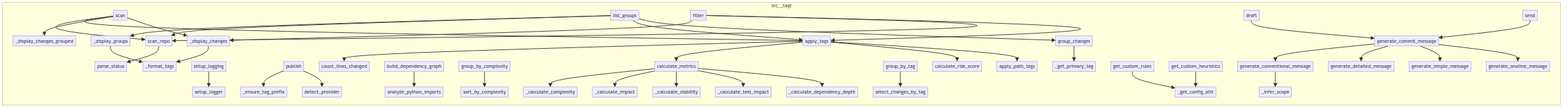
Before: project/calls.png, a diagram exported from Mermaid (semcod/tagi). Its source is kept beside it as project/calls.mmd.
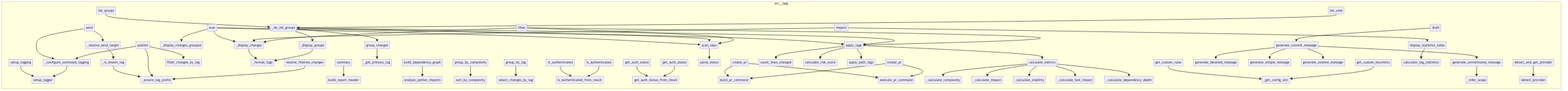
After the commit.

Change to the diagram source:
```diff
@@ -1,72 +1,113 @@
 flowchart LR
     subgraph src__tagi
+        src__tagi__cli__send["send"]
+        src__tagi__scanner__files__count_lines_changed["count_lines_changed"]
+        src__tagi__utils__inspect_helpers__calculate_tag_statistics["calculate_tag_statistics"]
+        src__tagi__composer__commit_message__generate_conventional_message["generate_conventional_message"]
+        src__tagi__composer__commit_message__generate_commit_message["generate_commit_message"]
+        src__tagi__composer__commit_message__generate_detailed_message["generate_detailed_message"]
+        src__tagi__cli___display_groups["_display_groups"]
+        src__tagi__cli__scan["scan"]
         src__tagi__heuristics__scoring__calculate_risk_score["calculate_risk_score"]
+        src__tagi__cli__setup_logging["setup_logging"]
+        src__tagi__cli__list_cmd["list_cmd"]
+        src__tagi__heuristics__metrics___calculate_impact["_calculate_impact"]
+        src__tagi__heuristics__rules__get_custom_heuristics["get_custom_heuristics"]
+        src__tagi__utils__inspect_helpers__display_statistics_table["display_statistics_table"]
+        src__tagi__cli___do_list_groups["_do_list_groups"]
+        src__tagi__providers__utils__pr__execute_pr_command["execute_pr_command"]
+        src__tagi__scanner__status__scan_repo["scan_repo"]
+        src__tagi__utils__logger__setup_logger["setup_logger"]
+        src__tagi__cli__publish["publish"]
+        src__tagi__providers__utils__auth__get_auth_status_from_result["get_auth_status_from_result"]
+        src__tagi__providers__gitlab__GitLabProvider__get_auth_status["get_auth_status"]
+        src__tagi__cli___configure_command_logging["_configure_command_logging"]
+        src__tagi__cli___is_known_tag["_is_known_tag"]
+        src__tagi__analyzer__dependency_graph__build_dependency_graph["build_dependency_graph"]
+        src__tagi__planner__sorter__sort_by_complexity["sort_by_complexity"]
+        src__tagi__heuristics__metrics___calculate_dependency_depth["_calculate_dependency_depth"]
+        src__tagi__cli___ensure_tag_prefix["_ensure_tag_prefix"]
+        src__tagi__planner__grouper__group_changes["group_changes"]
+        src__tagi__utils__publish_helpers__filter_changes_by_tag["filter_changes_by_tag"]
+        src__tagi__providers__gitlab__GitLabProvider__is_authenticated["is_authenticated"]
+        src__tagi__composer__commit_message___infer_scope["_infer_scope"]
+        src__tagi__heuristics__tags__apply_tags["apply_tags"]
+        src__tagi__utils__summary_helpers__build_report_header["build_report_header"]
+        src__tagi__cli___resolve_send_target["_resolve_send_target"]
+        src__tagi__providers__github__GitHubProvider__get_auth_status["get_auth_status"]
+        src__tagi__heuristics__rules___get_config_attr["_get_config_attr"]
+        src__tagi__cli__list_groups["list_groups"]
+        src__tagi__providers__github__GitHubProvider__create_pr["create_pr"]
+        src__tagi__cli__filter["filter"]
+        src__tagi__heuristics__rules__get_custom_rules["get_custom_rules"]
+        src__tagi__cli__draft["draft"]
+        src__tagi__cli___format_tags["_format_tags"]
+        src__tagi__composer__commit_message__generate_oneline_message["generate_oneline_message"]
+        src__tagi__providers__utils__auth__is_authenticated_from_result["is_authenticated_from_result"]
+        src__tagi__providers__github__GitHubProvider__is_authenticated["is_authenticated"]
+        src__tagi__planner__grouper__group_by_tag["group_by_tag"]
+        src__tagi__utils__publish_helpers__detect_and_get_provider["detect_and_get_provider"]
+        src__tagi__utils__send_helpers__resolve_filtered_changes["resolve_filtered_changes"]
+        src__tagi__heuristics__metrics___calculate_complexity["_calculate_complexity"]
+        src__tagi__planner__selector__select_changes_by_tag["select_changes_by_tag"]
+        src__tagi__heuristics__metrics___calculate_stability["_calculate_stability"]
+        src__tagi__providers__gitlab__GitLabProvider__create_pr["create_pr"]
+        src__tagi__heuristics__metrics__calculate_metrics["calculate_metrics"]
+        src__tagi__cli___display_changes_grouped["_display_changes_grouped"]
+        src__tagi__cli___display_changes["_display_changes"]
+        src__tagi__cli__detect_provider["detect_provider"]
+        src__tagi__heuristics__tags__apply_path_tags["apply_path_tags"]
+        src__tagi__cli__summary["summary"]
         src__tagi__analyzer__dependency_graph__analyze_python_imports["analyze_python_imports"]
-        src__tagi__composer__commit_message___infer_scope["_infer_scope"]
-        src__tagi__cli___display_changes_grouped["_display_changes_grouped"]
-        src__tagi__heuristics__rules__get_custom_rules["get_custom_rules"]
-        src__tagi__cli__list_groups["list_groups"]
-        src__tagi__cli__filter["filter"]
-        src__tagi__composer__commit_message__generate_commit_message["generate_commit_message"]
-        src__tagi__heuristics__metrics___calculate_complexity["_calculate_complexity"]
+        src__tagi__planner__grouper___get_primary_tag["_get_primary_tag"]
+        src__tagi__composer__commit_message__generate_simple_message["generate_simple_message"]
+        src__tagi__cli__inspect["inspect"]
+        src__tagi__planner__sorter__group_by_complexity["group_by_complexity"]
+        src__tagi__scanner__status__parse_status["parse_status"]
         src__tagi__heuristics__metrics___calculate_test_impact["_calculate_test_impact"]
-        src__tagi__heuristics__tags__apply_path_tags["apply_path_tags"]
-        src__tagi__cli___format_tags["_format_tags"]
-        src__tagi__utils__logger__setup_logger["setup_logger"]
-        src__tagi__planner__grouper__group_by_tag["group_by_tag"]
-        src__tagi__heuristics__rules___get_config_attr["_get_config_attr"]
-        src__tagi__composer__commit_message__generate_simple_message["generate_simple_message"]
-        src__tagi__cli___display_changes["_display_changes"]
-        src__tagi__composer__commit_message__generate_detailed_message["generate_detailed_message"]
-        src__tagi__heuristics__metrics__calculate_metrics["calculate_metrics"]
-        src__tagi__heuristics__rules__get_custom_heuristics["get_custom_heuristics"]
-        src__tagi__cli__draft["draft"]
-        src__tagi__cli___display_groups["_display_groups"]
-        src__tagi__heuristics__metrics___calculate_stability["_calculate_stability"]
-        src__tagi__composer__commit_message__generate_oneline_message["generate_oneline_message"]
-        src__tagi__cli___ensure_tag_prefix["_ensure_tag_prefix"]
-        src__tagi__cli__send["send"]
-        src__tagi__planner__sorter__sort_by_complexity["sort_by_complexity"]
-        src__tagi__cli__setup_logging["setup_logging"]
-        src__tagi__cli__publish["publish"]
-        src__tagi__cli__scan["scan"]
-        src__tagi__cli__detect_provider["detect_provider"]
-        src__tagi__composer__commit_message__generate_conventional_message["generate_conventional_message"]
-        src__tagi__planner__sorter__group_by_complexity["group_by_complexity"]
-        src__tagi__planner__selector__select_changes_by_tag["select_changes_by_tag"]
-        src__tagi__heuristics__metrics___calculate_impact["_calculate_impact"]
-        src__tagi__heuristics__metrics___calculate_dependency_depth["_calculate_dependency_depth"]
-        src__tagi__planner__grouper__group_changes["group_changes"]
-        src__tagi__scanner__status__parse_status["parse_status"]
-        src__tagi__planner__grouper___get_primary_tag["_get_primary_tag"]
-        src__tagi__heuristics__tags__apply_tags["apply_tags"]
-        src__tagi__analyzer__dependency_graph__build_dependency_graph["build_dependency_graph"]
-        src__tagi__scanner__status__scan_repo["scan_repo"]
-        src__tagi__scanner__files__count_lines_changed["count_lines_changed"]
+        src__tagi__providers__utils__pr__build_pr_command["build_pr_command"]
     end
-    src__tagi__scanner__status__scan_repo --> src__tagi__scanner__status__parse_status
     src__tagi__cli__setup_logging --> src__tagi__utils__logger__setup_logger
+    src__tagi__cli___configure_command_logging --> src__tagi__utils__logger__setup_logger
+    src__tagi__cli___is_known_tag --> src__tagi__cli___ensure_tag_prefix
+    src__tagi__cli___resolve_send_target --> src__tagi__cli___is_known_tag
     src__tagi__cli__scan --> src__tagi__scanner__status__scan_repo
     src__tagi__cli__scan --> src__tagi__heuristics__tags__apply_tags
     src__tagi__cli__scan --> src__tagi__cli___display_changes_grouped
     src__tagi__cli__scan --> src__tagi__cli___display_changes
-    src__tagi__cli__list_groups --> src__tagi__cli___display_groups
-    src__tagi__cli__list_groups --> src__tagi__scanner__status__scan_repo
-    src__tagi__cli__list_groups --> src__tagi__heuristics__tags__apply_tags
-    src__tagi__cli__list_groups --> src__tagi__planner__grouper__group_changes
+    src__tagi__cli__list_groups --> src__tagi__cli___do_list_groups
+    src__tagi__cli__list_cmd --> src__tagi__cli___do_list_groups
+    src__tagi__cli___do_list_groups --> src__tagi__cli___display_groups
+    src__tagi__cli___do_list_groups --> src__tagi__scanner__status__scan_repo
+    src__tagi__cli___do_list_groups --> src__tagi__heuristics__tags__apply_tags
+    src__tagi__cli___do_list_groups --> src__tagi__planner__grouper__group_changes
+    src__tagi__cli__inspect --> src__tagi__utils__inspect_helpers__display_statistics_table
+    src__tagi__cli__inspect --> src__tagi__cli___display_changes
     src__tagi__cli__filter --> src__tagi__cli___display_changes
     src__tagi__cli__filter --> src__tagi__scanner__status__scan_repo
     src__tagi__cli__filter --> src__tagi__heuristics__tags__apply_tags
+    src__tagi__cli__summary --> src__tagi__utils__summary_helpers__build_report_header
     src__tagi__cli__draft --> src__tagi__composer__commit_message__generate_commit_message
-    src__tagi__cli__send --> src__tagi__composer__commit_message__generate_commit_message
+    src__tagi__cli__send --> src__tagi__cli___configure_command_logging
+    src__tagi__cli__send --> src__tagi__cli___resolve_send_target
+    src__tagi__cli__publish --> src__tagi__cli___configure_command_logging
     src__tagi__cli__publish --> src__tagi__cli___ensure_tag_prefix
-    src__tagi__cli__publish --> src__tagi__cli__detect_provider
+    src__tagi__cli__publish --> src__tagi__utils__publish_helpers__filter_changes_by_tag
     src__tagi__cli___display_changes --> src__tagi__cli___format_tags
     src__tagi__cli___display_groups --> src__tagi__cli___format_tags
     src__tagi__analyzer__dependency_graph__build_dependency_graph --> src__tagi__analyzer__dependency_graph__analyze_python_imports
     src__tagi__planner__sorter__group_by_complexity --> src__tagi__planner__sorter__sort_by_complexity
     src__tagi__planner__grouper__group_changes --> src__tagi__planner__grouper___get_primary_tag
     src__tagi__planner__grouper__group_by_tag --> src__tagi__planner__selector__select_changes_by_tag
+    src__tagi__providers__gitlab__GitLabProvider__is_authenticated --> src__tagi__providers__utils__auth__is_authenticated_from_result
+    src__tagi__providers__gitlab__GitLabProvider__get_auth_status --> src__tagi__providers__utils__auth__get_auth_status_from_result
+    src__tagi__providers__gitlab__GitLabProvider__create_pr --> src__tagi__providers__utils__pr__build_pr_command
+    src__tagi__providers__gitlab__GitLabProvider__create_pr --> src__tagi__providers__utils__pr__execute_pr_command
+    src__tagi__providers__github__GitHubProvider__is_authenticated --> src__tagi__providers__utils__auth__is_authenticated_from_result
+    src__tagi__providers__github__GitHubProvider__get_auth_status --> src__tagi__providers__utils__auth__get_auth_status_from_result
+    src__tagi__providers__github__GitHubProvider__create_pr --> src__tagi__providers__utils__pr__build_pr_command
+    src__tagi__providers__github__GitHubProvider__create_pr --> src__tagi__providers__utils__pr__execute_pr_command
+    src__tagi__scanner__status__scan_repo --> src__tagi__scanner__status__parse_status
     src__tagi__heuristics__metrics__calculate_metrics --> src__tagi__heuristics__metrics___calculate_complexity
     src__tagi__heuristics__metrics__calculate_metrics --> src__tagi__heuristics__metrics___calculate_impact
     src__tagi__heuristics__metrics__calculate_metrics --> src__tagi__heuristics__metrics___calculate_stability
@@ -83,3 +124,6 @@
     src__tagi__composer__commit_message__generate_commit_message --> src__tagi__composer__commit_message__generate_simple_message
     src__tagi__composer__commit_message__generate_commit_message --> src__tagi__composer__commit_message__generate_oneline_message
     src__tagi__composer__commit_message__generate_conventional_message --> src__tagi__composer__commit_message___infer_scope
+    src__tagi__utils__publish_helpers__detect_and_get_provider --> src__tagi__cli__detect_provider
+    src__tagi__utils__inspect_helpers__display_statistics_table --> src__tagi__utils__inspect_helpers__calculate_tag_statistics
+    src__tagi__utils__send_helpers__resolve_filtered_changes --> src__tagi__cli___ensure_tag_prefix
```
